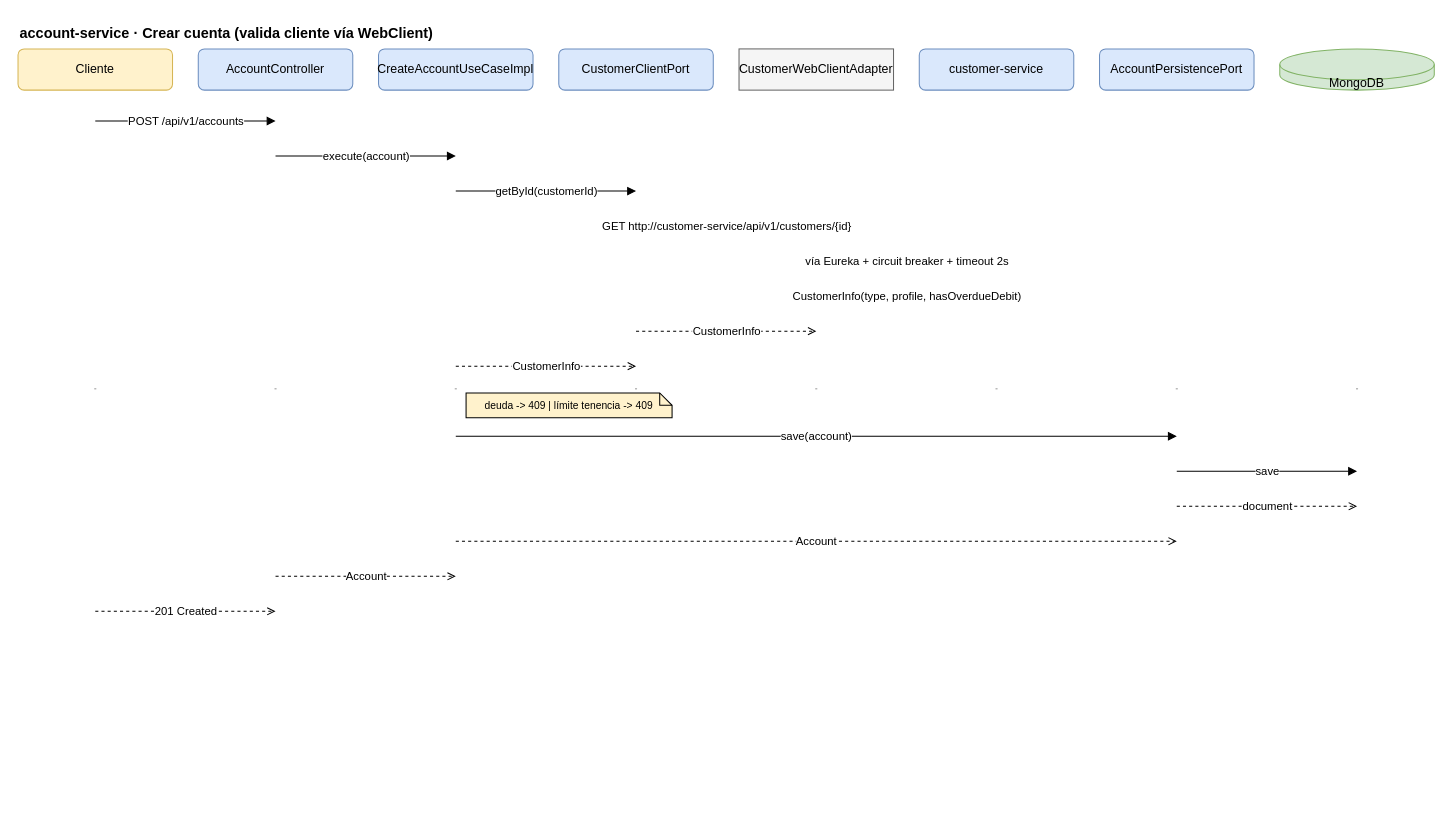
This is docs/diagrams/drawio/04-account-crear.drawio from Zairex-Code/financial-core, a draw.io file, before an edit. Source tidied: cells renumbered, new cells numbered last; positions are measured from the earlier drawing's top-left corner, leaving out a move shared by most shapes. Both pictures are drawn from the tidied source at 103%, with x=0, y=0 at pixel (18, 18).
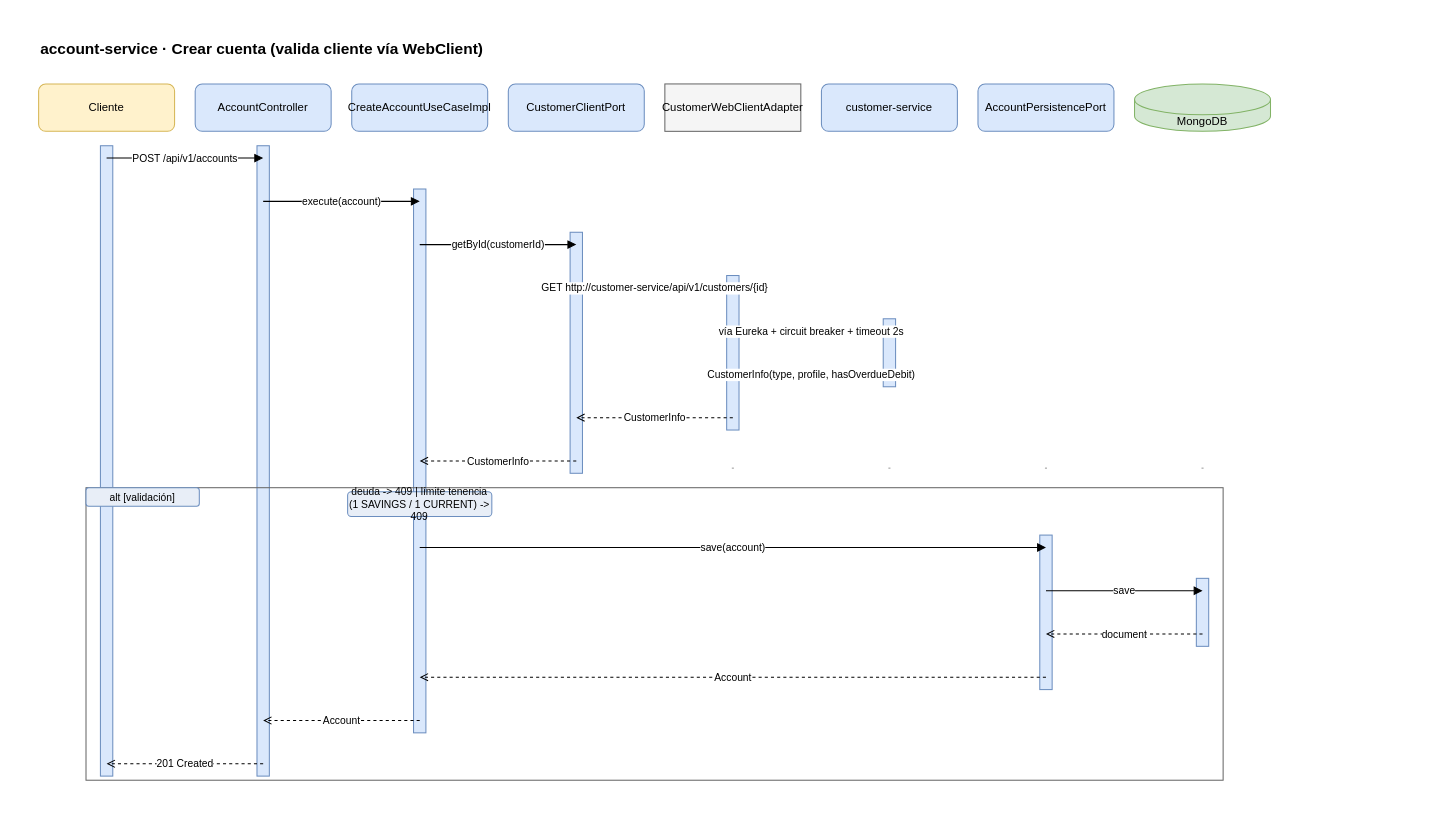
The same page after the edit.

Change to the diagram source:
```diff
@@
+    <mxCell id="10" value="account-service · Crear cuenta (valida cliente vía WebClient)" style="text;html=1;align=left;fontSize=15;fontStyle=1;" parent="1" vertex="1">
+      <mxGeometry x="20" y="14" width="900" height="24" as="geometry" />
+    </mxCell>
-    <mxCell id="2" value="Cliente" style="rounded=1;whiteSpace=wrap;html=1;fillColor=#fff2cc;strokeColor=#d6b656;fontSize=12;" parent="1" vertex="1">
-      <mxGeometry y="30" width="150" height="40" as="geometry" />
+    <mxCell id="2" value="Cliente" style="rounded=1;whiteSpace=wrap;html=1;fillColor=#fff2cc;strokeColor=#d6b656;fontSize=11;" parent="1" vertex="1">
+      <mxGeometry x="20" y="64" width="132" height="46" as="geometry" />
     </mxCell>
-    <mxCell id="3" value="AccountController" style="rounded=1;whiteSpace=wrap;html=1;fillColor=#dae8fc;strokeColor=#6c8ebf;fontSize=12;" parent="1" vertex="1">
-      <mxGeometry x="175" y="30" width="150" height="40" as="geometry" />
+    <mxCell id="3" value="AccountController" style="rounded=1;whiteSpace=wrap;html=1;fillColor=#dae8fc;strokeColor=#6c8ebf;fontSize=11;fontStyle=0;" parent="1" vertex="1">
+      <mxGeometry x="172" y="64" width="132" height="46" as="geometry" />
     </mxCell>
-    <mxCell id="4" value="CreateAccountUseCaseImpl" style="rounded=1;whiteSpace=wrap;html=1;fillColor=#dae8fc;strokeColor=#6c8ebf;fontSize=12;" parent="1" vertex="1">
-      <mxGeometry x="350" y="30" width="150" height="40" as="geometry" />
+    <mxCell id="4" value="CreateAccountUseCaseImpl" style="rounded=1;whiteSpace=wrap;html=1;fillColor=#dae8fc;strokeColor=#6c8ebf;fontSize=11;fontStyle=0;" parent="1" vertex="1">
+      <mxGeometry x="324" y="64" width="132" height="46" as="geometry" />
     </mxCell>
-    <mxCell id="5" value="CustomerClientPort" style="rounded=1;whiteSpace=wrap;html=1;fillColor=#dae8fc;strokeColor=#6c8ebf;fontSize=12;" parent="1" vertex="1">
-      <mxGeometry x="525" y="30" width="150" height="40" as="geometry" />
+    <mxCell id="5" value="CustomerClientPort" style="rounded=1;whiteSpace=wrap;html=1;fillColor=#dae8fc;strokeColor=#6c8ebf;fontSize=11;fontStyle=0;" parent="1" vertex="1">
+      <mxGeometry x="476" y="64" width="132" height="46" as="geometry" />
     </mxCell>
-    <mxCell id="6" value="CustomerWebClientAdapter" style="whiteSpace=wrap;html=1;fillColor=#f5f5f5;strokeColor=#666666;fontSize=12;" parent="1" vertex="1">
-      <mxGeometry x="700" y="30" width="150" height="40" as="geometry" />
+    <mxCell id="6" value="CustomerWebClientAdapter" style="whiteSpace=wrap;html=1;fillColor=#f5f5f5;strokeColor=#666666;fontSize=11;" parent="1" vertex="1">
+      <mxGeometry x="628" y="64" width="132" height="46" as="geometry" />
     </mxCell>
-    <mxCell id="7" value="customer-service" style="rounded=1;whiteSpace=wrap;html=1;fillColor=#dae8fc;strokeColor=#6c8ebf;fontSize=12;" parent="1" vertex="1">
-      <mxGeometry x="875" y="30" width="150" height="40" as="geometry" />
+    <mxCell id="7" value="customer-service" style="rounded=1;whiteSpace=wrap;html=1;fillColor=#dae8fc;strokeColor=#6c8ebf;fontSize=11;fontStyle=0;" parent="1" vertex="1">
+      <mxGeometry x="780" y="64" width="132" height="46" as="geometry" />
     </mxCell>
-    <mxCell id="8" value="AccountPersistencePort" style="rounded=1;whiteSpace=wrap;html=1;fillColor=#dae8fc;strokeColor=#6c8ebf;fontSize=12;" parent="1" vertex="1">
-      <mxGeometry x="1050" y="30" width="150" height="40" as="geometry" />
+    <mxCell id="8" value="AccountPersistencePort" style="rounded=1;whiteSpace=wrap;html=1;fillColor=#dae8fc;strokeColor=#6c8ebf;fontSize=11;fontStyle=0;" parent="1" vertex="1">
+      <mxGeometry x="932" y="64" width="132" height="46" as="geometry" />
     </mxCell>
-    <mxCell id="9" value="MongoDB" style="shape=cylinder3;whiteSpace=wrap;html=1;fillColor=#d5e8d4;strokeColor=#82b366;boundedLbl=1;backgroundOutline=1;size=15;fontSize=12;" parent="1" vertex="1">
-      <mxGeometry x="1225" y="30" width="150" height="40" as="geometry" />
+    <mxCell id="9" value="MongoDB" style="shape=cylinder3;whiteSpace=wrap;html=1;fillColor=#d5e8d4;strokeColor=#82b366;boundedLbl=1;backgroundOutline=1;size=15;fontSize=11;" parent="1" vertex="1">
+      <mxGeometry x="1084" y="64" width="132" height="46" as="geometry" />
     </mxCell>
-    <mxCell id="10" value="account-service · Crear cuenta (valida cliente vía WebClient)" style="text;html=1;align=left;fontSize=14;fontStyle=1;" parent="1" vertex="1">
-      <mxGeometry width="400" height="20" as="geometry" />
-    </mxCell>
     <mxCell id="11" style="shape=line;strokeColor=#999999;dashed=1;html=1;" parent="1" vertex="1">
-      <mxGeometry x="74" y="70" width="2" height="580" as="geometry" />
+      <mxGeometry x="85" y="110" width="2" height="654" as="geometry" />
     </mxCell>
     <mxCell id="12" style="shape=line;strokeColor=#999999;dashed=1;html=1;" parent="1" vertex="1">
-      <mxGeometry x="249" y="70" width="2" height="580" as="geometry" />
+      <mxGeometry x="237" y="110" width="2" height="654" as="geometry" />
     </mxCell>
     <mxCell id="13" style="shape=line;strokeColor=#999999;dashed=1;html=1;" parent="1" vertex="1">
-      <mxGeometry x="424" y="70" width="2" height="580" as="geometry" />
+      <mxGeometry x="389" y="110" width="2" height="654" as="geometry" />
     </mxCell>
     <mxCell id="14" style="shape=line;strokeColor=#999999;dashed=1;html=1;" parent="1" vertex="1">
-      <mxGeometry x="599" y="70" width="2" height="580" as="geometry" />
+      <mxGeometry x="541" y="110" width="2" height="654" as="geometry" />
     </mxCell>
     <mxCell id="15" style="shape=line;strokeColor=#999999;dashed=1;html=1;" parent="1" vertex="1">
-      <mxGeometry x="774" y="70" width="2" height="580" as="geometry" />
+      <mxGeometry x="693" y="110" width="2" height="654" as="geometry" />
     </mxCell>
     <mxCell id="16" style="shape=line;strokeColor=#999999;dashed=1;html=1;" parent="1" vertex="1">
-      <mxGeometry x="949" y="70" width="2" height="580" as="geometry" />
+      <mxGeometry x="845" y="110" width="2" height="654" as="geometry" />
     </mxCell>
     <mxCell id="17" style="shape=line;strokeColor=#999999;dashed=1;html=1;" parent="1" vertex="1">
-      <mxGeometry x="1124" y="70" width="2" height="580" as="geometry" />
+      <mxGeometry x="997" y="110" width="2" height="654" as="geometry" />
     </mxCell>
     <mxCell id="18" style="shape=line;strokeColor=#999999;dashed=1;html=1;" parent="1" vertex="1">
-      <mxGeometry x="1299" y="70" width="2" height="580" as="geometry" />
+      <mxGeometry x="1149" y="110" width="2" height="654" as="geometry" />
     </mxCell>
-    <mxCell id="19" value="deuda -&gt; 409 | límite tenencia -&gt; 409" style="shape=note;whiteSpace=wrap;html=1;backgroundOutline=1;size=12;fillColor=#fff2cc;fontSize=10;" parent="1" vertex="1">
-      <mxGeometry x="435" y="364" width="200" height="24" as="geometry" />
-    </mxCell>
+    <mxCell id="34" style="rounded=0;html=1;fillColor=#dae8fc;strokeColor=#6c8ebf;" parent="1" vertex="1">
+      <mxGeometry x="80" y="124" width="12" height="612" as="geometry" />
+    </mxCell>
+    <mxCell id="35" style="rounded=0;html=1;fillColor=#dae8fc;strokeColor=#6c8ebf;" parent="1" vertex="1">
+      <mxGeometry x="232" y="124" width="12" height="612" as="geometry" />
+    </mxCell>
+    <mxCell id="36" style="rounded=0;html=1;fillColor=#dae8fc;strokeColor=#6c8ebf;" parent="1" vertex="1">
+      <mxGeometry x="384" y="166" width="12" height="528" as="geometry" />
+    </mxCell>
+    <mxCell id="37" style="rounded=0;html=1;fillColor=#dae8fc;strokeColor=#6c8ebf;" parent="1" vertex="1">
+      <mxGeometry x="536" y="208" width="12" height="234" as="geometry" />
+    </mxCell>
+    <mxCell id="38" style="rounded=0;html=1;fillColor=#dae8fc;strokeColor=#6c8ebf;" parent="1" vertex="1">
+      <mxGeometry x="688" y="250" width="12" height="150" as="geometry" />
+    </mxCell>
+    <mxCell id="39" style="rounded=0;html=1;fillColor=#dae8fc;strokeColor=#6c8ebf;" parent="1" vertex="1">
+      <mxGeometry x="840" y="292" width="12" height="66" as="geometry" />
+    </mxCell>
+    <mxCell id="40" style="rounded=0;html=1;fillColor=#dae8fc;strokeColor=#6c8ebf;" parent="1" vertex="1">
+      <mxGeometry x="992" y="502" width="12" height="150" as="geometry" />
+    </mxCell>
+    <mxCell id="41" style="rounded=0;html=1;fillColor=#dae8fc;strokeColor=#6c8ebf;" parent="1" vertex="1">
+      <mxGeometry x="1144" y="544" width="12" height="66" as="geometry" />
+    </mxCell>
+    <mxCell id="42" style="rounded=0;whiteSpace=wrap;html=1;fillColor=none;strokeColor=#666666;fontSize=10;verticalAlign=top;" parent="1" vertex="1">
+      <mxGeometry x="66" y="456" width="1104" height="284" as="geometry" />
+    </mxCell>
+    <mxCell id="43" value="alt [validación]" style="rounded=1;whiteSpace=wrap;html=1;fillColor=#e8eef7;strokeColor=#6c8ebf;fontSize=10;" parent="1" vertex="1">
+      <mxGeometry x="66" y="456" width="110" height="18" as="geometry" />
+    </mxCell>
-    <mxCell id="20" value="POST /api/v1/accounts" style="edgeStyle=orthogonalEdgeStyle;rounded=0;html=1;endArrow=block;fontSize=11;" parent="1" edge="1">
+    <mxCell id="20" value="POST /api/v1/accounts" style="edgeStyle=orthogonalEdgeStyle;rounded=0;html=1;endArrow=block;fontSize=10;labelBackgroundColor=#ffffff;" parent="1" edge="1">
       <mxGeometry relative="1" as="geometry">
-        <mxPoint x="75" y="100" as="sourcePoint" />
-        <mxPoint x="250" y="100" as="targetPoint" />
+        <mxPoint x="86" y="136" as="sourcePoint" />
+        <mxPoint x="238" y="136" as="targetPoint" />
       </mxGeometry>
     </mxCell>
-    <mxCell id="21" value="execute(account)" style="edgeStyle=orthogonalEdgeStyle;rounded=0;html=1;endArrow=block;fontSize=11;" parent="1" edge="1">
+    <mxCell id="21" value="execute(account)" style="edgeStyle=orthogonalEdgeStyle;rounded=0;html=1;endArrow=block;fontSize=10;labelBackgroundColor=#ffffff;" parent="1" edge="1">
       <mxGeometry relative="1" as="geometry">
-        <mxPoint x="250" y="134" as="sourcePoint" />
-        <mxPoint x="425" y="134" as="targetPoint" />
+        <mxPoint x="238" y="178" as="sourcePoint" />
+        <mxPoint x="390" y="178" as="targetPoint" />
       </mxGeometry>
     </mxCell>
-    <mxCell id="22" value="getById(customerId)" style="edgeStyle=orthogonalEdgeStyle;rounded=0;html=1;endArrow=block;fontSize=11;" parent="1" edge="1">
+    <mxCell id="22" value="getById(customerId)" style="edgeStyle=orthogonalEdgeStyle;rounded=0;html=1;endArrow=block;fontSize=10;labelBackgroundColor=#ffffff;" parent="1" edge="1">
       <mxGeometry relative="1" as="geometry">
-        <mxPoint x="425" y="168" as="sourcePoint" />
-        <mxPoint x="600" y="168" as="targetPoint" />
+        <mxPoint x="390" y="220" as="sourcePoint" />
+        <mxPoint x="542" y="220" as="targetPoint" />
       </mxGeometry>
     </mxCell>
-    <mxCell id="23" value="GET http://customer-service/api/v1/customers/{id}" style="edgeStyle=orthogonalEdgeStyle;rounded=0;html=1;endArrow=block;fontSize=11;" parent="1" edge="1">
+    <mxCell id="23" value="GET http://customer-service/api/v1/customers/{id}" style="edgeStyle=orthogonalEdgeStyle;rounded=0;html=1;endArrow=block;fontSize=10;labelBackgroundColor=#ffffff;" parent="1" edge="1">
       <mxGeometry relative="1" as="geometry">
-        <mxPoint x="600" y="202" as="sourcePoint" />
-        <mxPoint x="775" y="202" as="targetPoint" />
+        <mxPoint x="542" y="262" as="sourcePoint" />
+        <mxPoint x="694" y="262" as="targetPoint" />
       </mxGeometry>
     </mxCell>
-    <mxCell id="24" value="vía Eureka + circuit breaker + timeout 2s" style="edgeStyle=orthogonalEdgeStyle;rounded=0;html=1;endArrow=block;fontSize=11;" parent="1" edge="1">
+    <mxCell id="24" value="vía Eureka + circuit breaker + timeout 2s" style="edgeStyle=orthogonalEdgeStyle;rounded=0;html=1;endArrow=block;fontSize=10;labelBackgroundColor=#ffffff;" parent="1" edge="1">
       <mxGeometry relative="1" as="geometry">
-        <mxPoint x="775" y="236" as="sourcePoint" />
-        <mxPoint x="950" y="236" as="targetPoint" />
+        <mxPoint x="694" y="304" as="sourcePoint" />
+        <mxPoint x="846" y="304" as="targetPoint" />
       </mxGeometry>
     </mxCell>
-    <mxCell id="25" value="CustomerInfo(type, profile, hasOverdueDebit)" style="edgeStyle=orthogonalEdgeStyle;rounded=0;html=1;dashed=1;endArrow=open;fontSize=11;" parent="1" edge="1">
+    <mxCell id="25" value="CustomerInfo(type, profile, hasOverdueDebit)" style="edgeStyle=orthogonalEdgeStyle;rounded=0;html=1;dashed=1;endArrow=open;fontSize=10;labelBackgroundColor=#ffffff;" parent="1" edge="1">
       <mxGeometry relative="1" as="geometry">
-        <mxPoint x="775" y="270" as="sourcePoint" />
-        <mxPoint x="950" y="270" as="targetPoint" />
+        <mxPoint x="846" y="346" as="sourcePoint" />
+        <mxPoint x="694" y="346" as="targetPoint" />
       </mxGeometry>
     </mxCell>
-    <mxCell id="26" value="CustomerInfo" style="edgeStyle=orthogonalEdgeStyle;rounded=0;html=1;dashed=1;endArrow=open;fontSize=11;" parent="1" edge="1">
+    <mxCell id="26" value="CustomerInfo" style="edgeStyle=orthogonalEdgeStyle;rounded=0;html=1;dashed=1;endArrow=open;fontSize=10;labelBackgroundColor=#ffffff;" parent="1" edge="1">
       <mxGeometry relative="1" as="geometry">
-        <mxPoint x="600" y="304" as="sourcePoint" />
-        <mxPoint x="775" y="304" as="targetPoint" />
+        <mxPoint x="694" y="388" as="sourcePoint" />
+        <mxPoint x="542" y="388" as="targetPoint" />
       </mxGeometry>
     </mxCell>
-    <mxCell id="27" value="CustomerInfo" style="edgeStyle=orthogonalEdgeStyle;rounded=0;html=1;dashed=1;endArrow=open;fontSize=11;" parent="1" edge="1">
+    <mxCell id="27" value="CustomerInfo" style="edgeStyle=orthogonalEdgeStyle;rounded=0;html=1;dashed=1;endArrow=open;fontSize=10;labelBackgroundColor=#ffffff;" parent="1" edge="1">
       <mxGeometry relative="1" as="geometry">
-        <mxPoint x="425" y="338" as="sourcePoint" />
-        <mxPoint x="600" y="338" as="targetPoint" />
+        <mxPoint x="542" y="430" as="sourcePoint" />
+        <mxPoint x="390" y="430" as="targetPoint" />
       </mxGeometry>
     </mxCell>
+    <mxCell id="44" value="deuda -&gt; 409 | límite tenencia (1 SAVINGS / 1 CURRENT) -&gt; 409" style="rounded=1;whiteSpace=wrap;html=1;fillColor=#e8eef7;strokeColor=#6c8ebf;fontSize=10;" parent="1" vertex="1">
+      <mxGeometry x="320" y="460" width="140" height="24" as="geometry" />
+    </mxCell>
-    <mxCell id="28" value="save(account)" style="edgeStyle=orthogonalEdgeStyle;rounded=0;html=1;endArrow=block;fontSize=11;" parent="1" edge="1">
+    <mxCell id="28" value="save(account)" style="edgeStyle=orthogonalEdgeStyle;rounded=0;html=1;endArrow=block;fontSize=10;labelBackgroundColor=#ffffff;" parent="1" edge="1">
       <mxGeometry relative="1" as="geometry">
-        <mxPoint x="425" y="406" as="sourcePoint" />
-        <mxPoint x="1125" y="406" as="targetPoint" />
+        <mxPoint x="390" y="514" as="sourcePoint" />
+        <mxPoint x="998" y="514" as="targetPoint" />
       </mxGeometry>
     </mxCell>
-    <mxCell id="29" value="save" style="edgeStyle=orthogonalEdgeStyle;rounded=0;html=1;endArrow=block;fontSize=11;" parent="1" edge="1">
+    <mxCell id="29" value="save" style="edgeStyle=orthogonalEdgeStyle;rounded=0;html=1;endArrow=block;fontSize=10;labelBackgroundColor=#ffffff;" parent="1" edge="1">
       <mxGeometry relative="1" as="geometry">
-        <mxPoint x="1125" y="440" as="sourcePoint" />
-        <mxPoint x="1300" y="440" as="targetPoint" />
+        <mxPoint x="998" y="556" as="sourcePoint" />
+        <mxPoint x="1150" y="556" as="targetPoint" />
       </mxGeometry>
     </mxCell>
-    <mxCell id="30" value="document" style="edgeStyle=orthogonalEdgeStyle;rounded=0;html=1;dashed=1;endArrow=open;fontSize=11;" parent="1" edge="1">
+    <mxCell id="30" value="document" style="edgeStyle=orthogonalEdgeStyle;rounded=0;html=1;dashed=1;endArrow=open;fontSize=10;labelBackgroundColor=#ffffff;" parent="1" edge="1">
       <mxGeometry relative="1" as="geometry">
-        <mxPoint x="1125" y="474" as="sourcePoint" />
-        <mxPoint x="1300" y="474" as="targetPoint" />
+        <mxPoint x="1150" y="598" as="sourcePoint" />
+        <mxPoint x="998" y="598" as="targetPoint" />
       </mxGeometry>
     </mxCell>
-    <mxCell id="31" value="Account" style="edgeStyle=orthogonalEdgeStyle;rounded=0;html=1;dashed=1;endArrow=open;fontSize=11;" parent="1" edge="1">
+    <mxCell id="31" value="Account" style="edgeStyle=orthogonalEdgeStyle;rounded=0;html=1;dashed=1;endArrow=open;fontSize=10;labelBackgroundColor=#ffffff;" parent="1" edge="1">
       <mxGeometry relative="1" as="geometry">
-        <mxPoint x="425" y="508" as="sourcePoint" />
-        <mxPoint x="1125" y="508" as="targetPoint" />
+        <mxPoint x="998" y="640" as="sourcePoint" />
+        <mxPoint x="390" y="640" as="targetPoint" />
       </mxGeometry>
     </mxCell>
-    <mxCell id="32" value="Account" style="edgeStyle=orthogonalEdgeStyle;rounded=0;html=1;dashed=1;endArrow=open;fontSize=11;" parent="1" edge="1">
+    <mxCell id="32" value="Account" style="edgeStyle=orthogonalEdgeStyle;rounded=0;html=1;dashed=1;endArrow=open;fontSize=10;labelBackgroundColor=#ffffff;" parent="1" edge="1">
       <mxGeometry relative="1" as="geometry">
-        <mxPoint x="250" y="542" as="sourcePoint" />
-        <mxPoint x="425" y="542" as="targetPoint" />
+        <mxPoint x="390" y="682" as="sourcePoint" />
+        <mxPoint x="238" y="682" as="targetPoint" />
       </mxGeometry>
     </mxCell>
-    <mxCell id="33" value="201 Created" style="edgeStyle=orthogonalEdgeStyle;rounded=0;html=1;dashed=1;endArrow=open;fontSize=11;" parent="1" edge="1">
+    <mxCell id="33" value="201 Created" style="edgeStyle=orthogonalEdgeStyle;rounded=0;html=1;dashed=1;endArrow=open;fontSize=10;labelBackgroundColor=#ffffff;" parent="1" edge="1">
       <mxGeometry relative="1" as="geometry">
-        <mxPoint x="75" y="576" as="sourcePoint" />
-        <mxPoint x="250" y="576" as="targetPoint" />
+        <mxPoint x="238" y="724" as="sourcePoint" />
+        <mxPoint x="86" y="724" as="targetPoint" />
       </mxGeometry>
     </mxCell>
```
